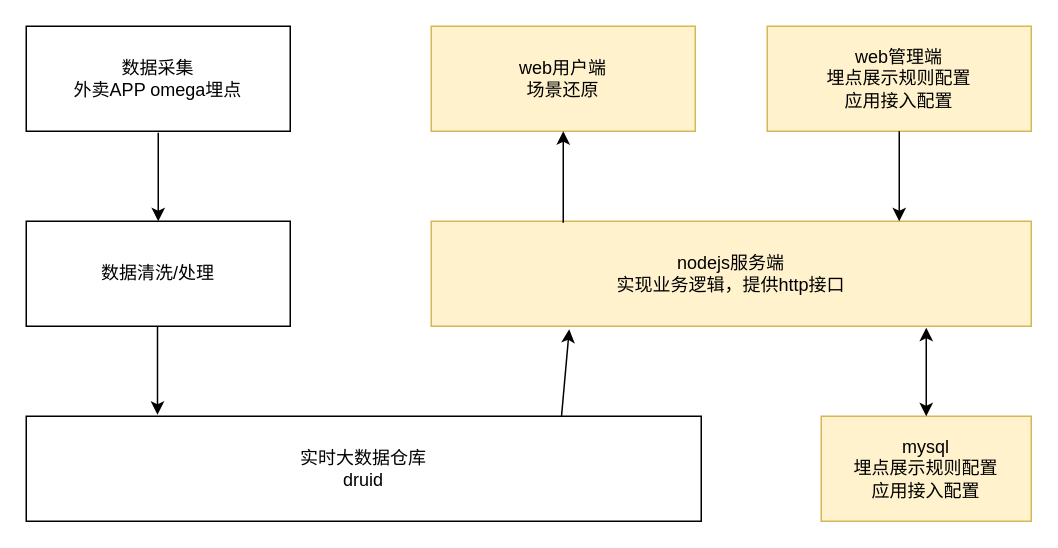
Before: Untitled Diagram.drawio in zzz945/drawing, a draw.io diagram. Source tidied: cells renumbered, new cells numbered last; positions are measured from the earlier drawing's top-left corner, leaving out a move shared by most shapes. Both pictures are drawn from the tidied source at 150%, with x=0, y=0 at pixel (26, 26).
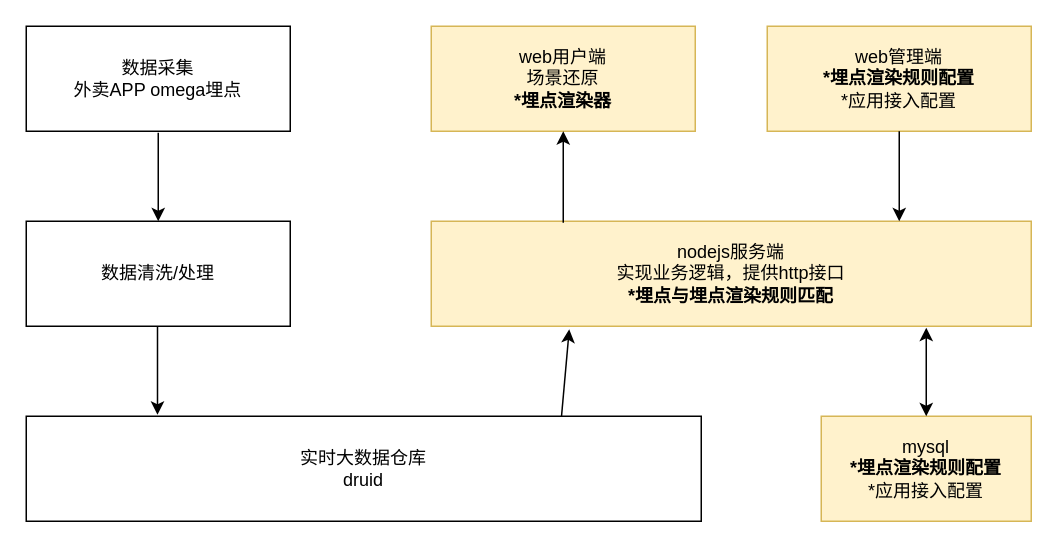
The same diagram, later.

Change to the diagram source:
```diff
@@
 <mxGraphModel>
   <root>
     <mxCell id="0" />
     <mxCell id="1" parent="0" />
-    <mxCell id="2" value="web用户端&lt;br&gt;场景还原" style="rounded=0;whiteSpace=wrap;html=1;fillColor=#fff2cc;strokeColor=#d6b656;" parent="1" vertex="1">
+    <mxCell id="2" value="web用户端&lt;br&gt;场景还原&lt;br&gt;&lt;b&gt;*埋点渲染器&lt;/b&gt;" style="rounded=0;whiteSpace=wrap;html=1;fillColor=#fff2cc;strokeColor=#d6b656;" parent="1" vertex="1">
       <mxGeometry x="270" width="176" height="70" as="geometry" />
     </mxCell>
-    <mxCell id="3" value="web管理端&lt;br&gt;埋点展示规则配置&lt;br&gt;应用接入配置" style="rounded=0;whiteSpace=wrap;html=1;fillColor=#fff2cc;strokeColor=#d6b656;" parent="1" vertex="1">
+    <mxCell id="3" value="web管理端&lt;br&gt;&lt;b&gt;*埋点渲染规则配置&lt;br&gt;&lt;/b&gt;*应用接入配置" style="rounded=0;whiteSpace=wrap;html=1;fillColor=#fff2cc;strokeColor=#d6b656;" parent="1" vertex="1">
       <mxGeometry x="494" width="176" height="70" as="geometry" />
     </mxCell>
-    <mxCell id="4" value="nodejs服务端&lt;br&gt;实现业务逻辑，提供http接口" style="rounded=0;whiteSpace=wrap;html=1;fillColor=#fff2cc;strokeColor=#d6b656;" parent="1" vertex="1">
+    <mxCell id="4" value="nodejs服务端&lt;br&gt;实现业务逻辑，提供http接口&lt;br&gt;&lt;b&gt;*埋点与埋点渲染规则匹配&lt;/b&gt;" style="rounded=0;whiteSpace=wrap;html=1;fillColor=#fff2cc;strokeColor=#d6b656;" parent="1" vertex="1">
       <mxGeometry x="270" y="130" width="400" height="70" as="geometry" />
     </mxCell>
     <mxCell id="5" value="实时大数据仓库&lt;br&gt;druid&lt;br&gt;" style="rounded=0;whiteSpace=wrap;html=1;" parent="1" vertex="1">
       <mxGeometry y="260" width="450" height="70" as="geometry" />
     </mxCell>
     <mxCell id="6" value="数据采集&lt;br&gt;外卖APP omega埋点" style="rounded=0;whiteSpace=wrap;html=1;" parent="1" vertex="1">
       <mxGeometry width="176" height="70" as="geometry" />
     </mxCell>
     <mxCell id="7" value="数据清洗/处理" style="rounded=0;whiteSpace=wrap;html=1;" parent="1" vertex="1">
       <mxGeometry y="130" width="176" height="70" as="geometry" />
     </mxCell>
-    <mxCell id="8" value="mysql&lt;br&gt;埋点展示规则配置&lt;br&gt;应用接入配置" style="rounded=0;whiteSpace=wrap;html=1;fillColor=#fff2cc;strokeColor=#d6b656;" parent="1" vertex="1">
+    <mxCell id="8" value="mysql&lt;br&gt;&lt;b&gt;*埋点渲染规则配置&lt;br&gt;&lt;/b&gt;*应用接入配置" style="rounded=0;whiteSpace=wrap;html=1;fillColor=#fff2cc;strokeColor=#d6b656;" parent="1" vertex="1">
       <mxGeometry x="530" y="260" width="140" height="70" as="geometry" />
     </mxCell>
     <mxCell id="9" style="endArrow=classic;html=1;entryX=0.5;entryY=0;entryDx=0;entryDy=0;" parent="1" edge="1" target="7">
       <mxGeometry relative="1" as="geometry">
         <mxPoint x="88" y="71" as="sourcePoint" />
       </mxGeometry>
     </mxCell>
     <mxCell id="10" style="endArrow=classic;html=1;entryX=0.5;entryY=0;entryDx=0;entryDy=0;" parent="1" edge="1">
       <mxGeometry relative="1" as="geometry">
         <mxPoint x="87.5" y="200" as="sourcePoint" />
         <mxPoint x="87.5" y="259" as="targetPoint" />
       </mxGeometry>
     </mxCell>
     <mxCell id="11" style="endArrow=classic;html=1;entryX=0.5;entryY=1;entryDx=0;entryDy=0;exitX=0.22;exitY=0.014;exitDx=0;exitDy=0;exitPerimeter=0;" parent="1" edge="1" source="4" target="2">
       <mxGeometry relative="1" as="geometry" />
     </mxCell>
     <mxCell id="12" style="endArrow=classic;startArrow=classic;html=1;exitX=0.5;exitY=0;exitDx=0;exitDy=0;entryX=0.825;entryY=1.014;entryDx=0;entryDy=0;entryPerimeter=0;" parent="1" edge="1" source="8" target="4">
       <mxGeometry relative="1" as="geometry" />
     </mxCell>
     <mxCell id="13" style="endArrow=classic;html=1;exitX=0.5;exitY=1;exitDx=0;exitDy=0;entryX=0.78;entryY=0;entryDx=0;entryDy=0;entryPerimeter=0;" parent="1" edge="1" source="3" target="4">
       <mxGeometry relative="1" as="geometry" />
     </mxCell>
     <mxCell id="14" style="endArrow=classic;html=1;entryX=0.23;entryY=1.029;entryDx=0;entryDy=0;entryPerimeter=0;exitX=0.793;exitY=0;exitDx=0;exitDy=0;exitPerimeter=0;" parent="1" edge="1" source="5" target="4">
       <mxGeometry relative="1" as="geometry" />
     </mxCell>
   </root>
 </mxGraphModel>
```
